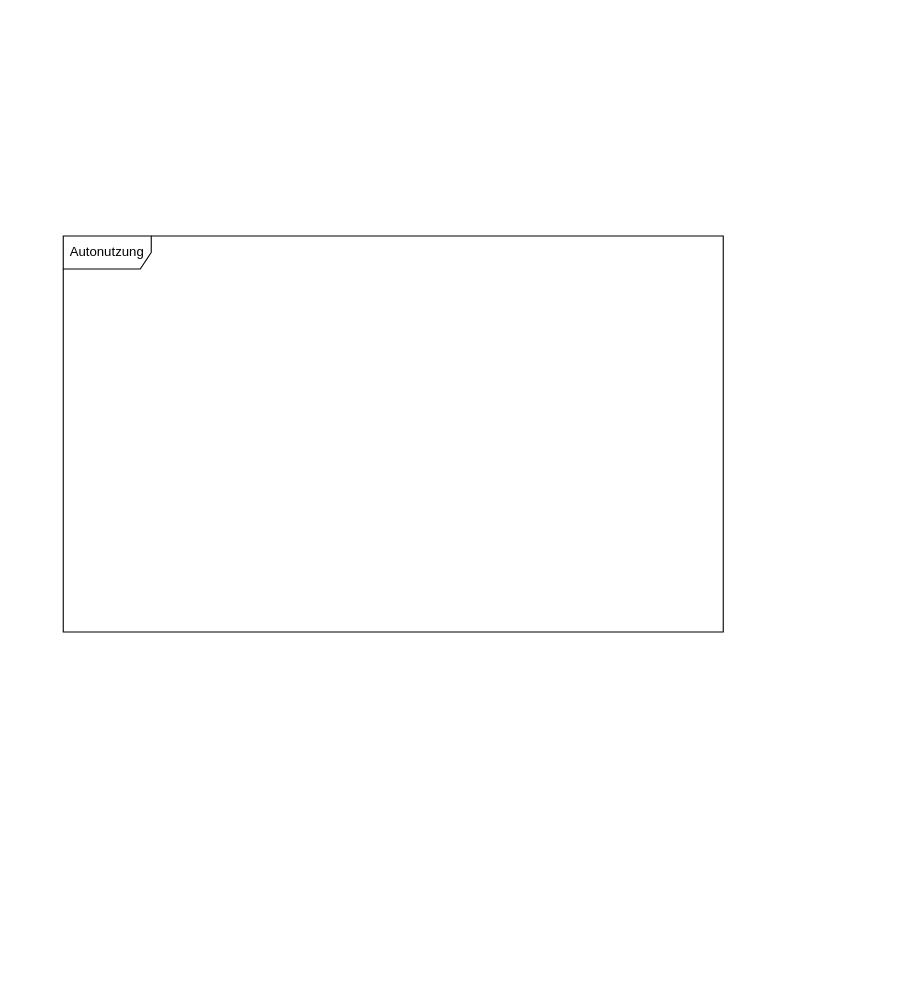
This is 06-09 Anwendungsfalldiagramm und Aktivitätsdiagramm/Aufgabe07/Aufgabe07.drawio from R4Tobi/modellierung, a draw.io file, before an edit. Source tidied: cells renumbered, new cells numbered last; positions are measured from the earlier drawing's top-left corner, leaving out a move shared by most shapes. Both pictures are drawn from the tidied source at 110%, with x=0, y=0 at pixel (63, 235).
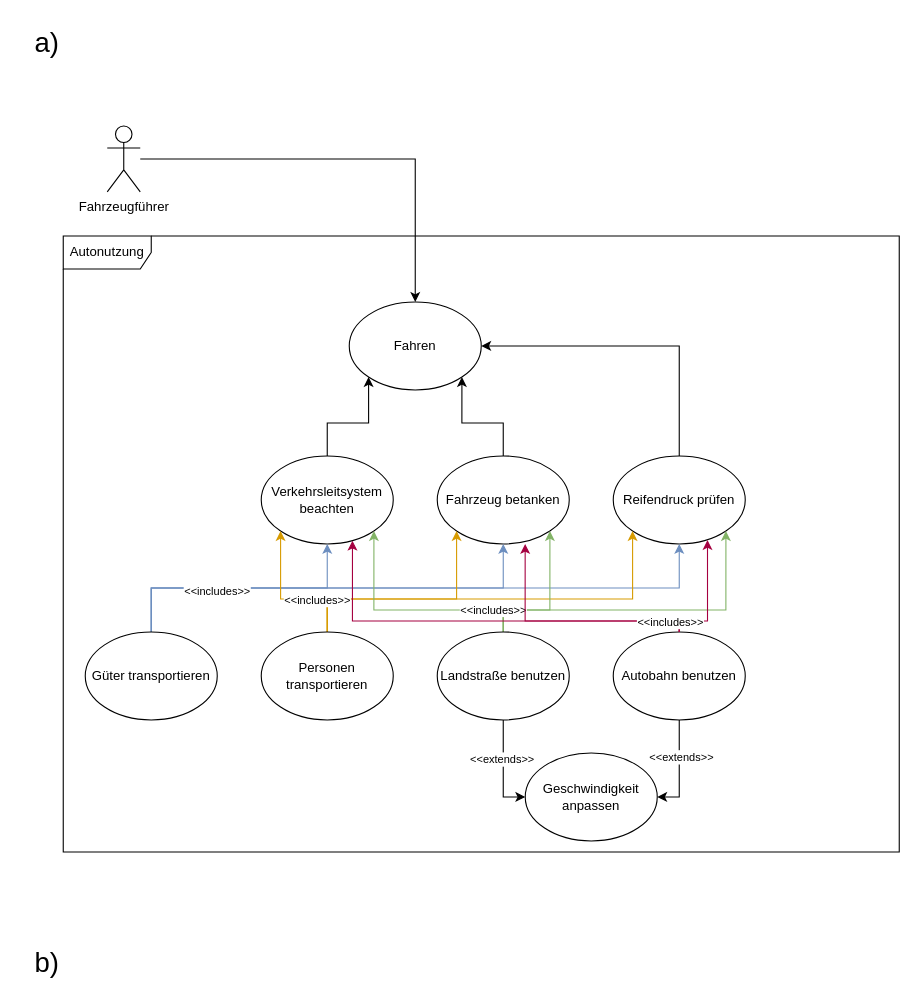
The same page after the edit.

Diff of the diagram source:
```diff
@@
     <mxCell id="2" value="Autonutzung" style="shape=umlFrame;whiteSpace=wrap;html=1;width=80;height=30;" parent="1" vertex="1">
-      <mxGeometry width="600" height="360" as="geometry" />
+      <mxGeometry width="760" height="560" as="geometry" />
     </mxCell>
+    <mxCell id="3" style="edgeStyle=orthogonalEdgeStyle;rounded=0;jettySize=auto;html=1;entryX=0.5;entryY=0;entryDx=0;entryDy=0;" parent="1" edge="1" source="4" target="7">
+      <mxGeometry relative="1" as="geometry" />
+    </mxCell>
+    <mxCell id="4" value="Fahrzeugführer" style="shape=umlActor;verticalLabelPosition=bottom;verticalAlign=top;html=1;outlineConnect=0;" parent="1" vertex="1">
+      <mxGeometry x="40" y="-100" width="30" height="60" as="geometry" />
+    </mxCell>
+    <mxCell id="5" style="edgeStyle=orthogonalEdgeStyle;rounded=0;jettySize=auto;html=1;entryX=1;entryY=1;entryDx=0;entryDy=0;" parent="1" edge="1" source="6" target="7">
+      <mxGeometry relative="1" as="geometry" />
+    </mxCell>
+    <mxCell id="6" value="Fahrzeug betanken" style="ellipse;whiteSpace=wrap;html=1;" parent="1" vertex="1">
+      <mxGeometry x="340" y="200" width="120" height="80" as="geometry" />
+    </mxCell>
+    <mxCell id="7" value="Fahren" style="ellipse;whiteSpace=wrap;html=1;" parent="1" vertex="1">
+      <mxGeometry x="260" y="60" width="120" height="80" as="geometry" />
+    </mxCell>
+    <mxCell id="8" style="edgeStyle=orthogonalEdgeStyle;rounded=0;jettySize=auto;html=1;entryX=0;entryY=1;entryDx=0;entryDy=0;" parent="1" edge="1" source="9" target="7">
+      <mxGeometry relative="1" as="geometry" />
+    </mxCell>
+    <mxCell id="9" value="Verkehrsleitsystem beachten" style="ellipse;whiteSpace=wrap;html=1;" parent="1" vertex="1">
+      <mxGeometry x="180" y="200" width="120" height="80" as="geometry" />
+    </mxCell>
+    <mxCell id="10" style="edgeStyle=orthogonalEdgeStyle;rounded=0;jettySize=auto;html=1;entryX=1;entryY=0.5;entryDx=0;entryDy=0;exitX=0.5;exitY=0;exitDx=0;exitDy=0;" parent="1" edge="1" source="11" target="7">
+      <mxGeometry relative="1" as="geometry" />
+    </mxCell>
+    <mxCell id="11" value="Reifendruck prüfen" style="ellipse;whiteSpace=wrap;html=1;" parent="1" vertex="1">
+      <mxGeometry x="500" y="200" width="120" height="80" as="geometry" />
+    </mxCell>
+    <mxCell id="12" style="edgeStyle=orthogonalEdgeStyle;rounded=0;jettySize=auto;html=1;entryX=0.5;entryY=1;entryDx=0;entryDy=0;exitX=0.5;exitY=0;exitDx=0;exitDy=0;fillColor=#dae8fc;strokeColor=#6c8ebf;" parent="1" edge="1" source="16" target="9">
+      <mxGeometry relative="1" as="geometry" />
+    </mxCell>
+    <mxCell id="13" style="edgeStyle=orthogonalEdgeStyle;rounded=0;jettySize=auto;html=1;entryX=0.5;entryY=1;entryDx=0;entryDy=0;exitX=0.5;exitY=0;exitDx=0;exitDy=0;fillColor=#dae8fc;strokeColor=#6c8ebf;" parent="1" edge="1" source="16" target="6">
+      <mxGeometry relative="1" as="geometry" />
+    </mxCell>
+    <mxCell id="14" style="edgeStyle=orthogonalEdgeStyle;rounded=0;jettySize=auto;html=1;entryX=0.5;entryY=1;entryDx=0;entryDy=0;exitX=0.5;exitY=0;exitDx=0;exitDy=0;fillColor=#dae8fc;strokeColor=#6c8ebf;" parent="1" edge="1" source="16" target="11">
+      <mxGeometry relative="1" as="geometry" />
+    </mxCell>
+    <mxCell id="15" value="&lt;font style=&quot;font-size: 10px;&quot;&gt;&amp;lt;&amp;lt;includes&amp;gt;&amp;gt;&lt;/font&gt;" style="edgeLabel;html=1;align=center;verticalAlign=middle;" parent="14" vertex="1">
+      <mxGeometry x="-0.86" y="1" relative="1" as="geometry">
+        <mxPoint x="60" y="1" as="offset" />
+      </mxGeometry>
+    </mxCell>
+    <mxCell id="16" value="Güter transportieren" style="ellipse;whiteSpace=wrap;html=1;" parent="1" vertex="1">
+      <mxGeometry x="20" y="360" width="120" height="80" as="geometry" />
+    </mxCell>
+    <mxCell id="17" style="edgeStyle=orthogonalEdgeStyle;rounded=0;jettySize=auto;html=1;entryX=0;entryY=1;entryDx=0;entryDy=0;fillColor=#ffe6cc;strokeColor=#d79b00;" parent="1" edge="1" source="21" target="9">
+      <mxGeometry relative="1" as="geometry">
+        <Array as="points">
+          <mxPoint x="240" y="330" />
+          <mxPoint x="198" y="330" />
+        </Array>
+      </mxGeometry>
+    </mxCell>
+    <mxCell id="18" style="edgeStyle=orthogonalEdgeStyle;rounded=0;jettySize=auto;html=1;entryX=0;entryY=1;entryDx=0;entryDy=0;exitX=0.5;exitY=0;exitDx=0;exitDy=0;fillColor=#ffe6cc;strokeColor=#d79b00;" parent="1" edge="1" source="21" target="6">
+      <mxGeometry relative="1" as="geometry">
+        <Array as="points">
+          <mxPoint x="240" y="330" />
+          <mxPoint x="358" y="330" />
+          <mxPoint x="358" y="268" />
+        </Array>
+      </mxGeometry>
+    </mxCell>
+    <mxCell id="19" style="edgeStyle=orthogonalEdgeStyle;rounded=0;jettySize=auto;html=1;entryX=0;entryY=1;entryDx=0;entryDy=0;exitX=0.5;exitY=0;exitDx=0;exitDy=0;fillColor=#ffe6cc;strokeColor=#d79b00;" parent="1" edge="1" source="21" target="11">
+      <mxGeometry relative="1" as="geometry">
+        <Array as="points">
+          <mxPoint x="240" y="330" />
+          <mxPoint x="518" y="330" />
+        </Array>
+      </mxGeometry>
+    </mxCell>
+    <mxCell id="20" value="&lt;font style=&quot;font-size: 10px;&quot;&gt;&amp;lt;&amp;lt;includes&amp;gt;&amp;gt;&lt;/font&gt;" style="edgeLabel;html=1;align=center;verticalAlign=middle;" parent="19" vertex="1">
+      <mxGeometry x="-0.92" relative="1" as="geometry">
+        <mxPoint x="-10" y="-15" as="offset" />
+      </mxGeometry>
+    </mxCell>
+    <mxCell id="21" value="Personen transportieren" style="ellipse;whiteSpace=wrap;html=1;" parent="1" vertex="1">
+      <mxGeometry x="180" y="360" width="120" height="80" as="geometry" />
+    </mxCell>
+    <mxCell id="22" style="edgeStyle=orthogonalEdgeStyle;rounded=0;jettySize=auto;html=1;entryX=1;entryY=1;entryDx=0;entryDy=0;fillColor=#d5e8d4;strokeColor=#82b366;" parent="1" edge="1" source="28" target="6">
+      <mxGeometry relative="1" as="geometry">
+        <Array as="points">
+          <mxPoint x="400" y="340" />
+          <mxPoint x="442" y="340" />
+        </Array>
+      </mxGeometry>
+    </mxCell>
+    <mxCell id="23" style="edgeStyle=orthogonalEdgeStyle;rounded=0;jettySize=auto;html=1;entryX=1;entryY=1;entryDx=0;entryDy=0;exitX=0.5;exitY=0;exitDx=0;exitDy=0;fillColor=#d5e8d4;strokeColor=#82b366;" parent="1" edge="1" source="28" target="9">
+      <mxGeometry relative="1" as="geometry">
+        <Array as="points">
+          <mxPoint x="400" y="340" />
+          <mxPoint x="282" y="340" />
+        </Array>
+      </mxGeometry>
+    </mxCell>
+    <mxCell id="24" style="edgeStyle=orthogonalEdgeStyle;rounded=0;jettySize=auto;html=1;entryX=1;entryY=1;entryDx=0;entryDy=0;exitX=0.5;exitY=0;exitDx=0;exitDy=0;fillColor=#d5e8d4;strokeColor=#82b366;" parent="1" edge="1" source="28" target="11">
+      <mxGeometry relative="1" as="geometry">
+        <Array as="points">
+          <mxPoint x="400" y="340" />
+          <mxPoint x="602" y="340" />
+        </Array>
+      </mxGeometry>
+    </mxCell>
+    <mxCell id="25" value="&lt;font style=&quot;font-size: 10px;&quot;&gt;&amp;lt;&amp;lt;includes&amp;gt;&amp;gt;&lt;/font&gt;" style="edgeLabel;html=1;align=center;verticalAlign=middle;" parent="24" vertex="1">
+      <mxGeometry x="-0.21" y="1" relative="1" as="geometry">
+        <mxPoint x="-106" as="offset" />
+      </mxGeometry>
+    </mxCell>
+    <mxCell id="26" style="edgeStyle=orthogonalEdgeStyle;rounded=0;jettySize=auto;html=1;entryX=0;entryY=0.5;entryDx=0;entryDy=0;" parent="1" edge="1" source="28" target="32">
+      <mxGeometry relative="1" as="geometry" />
+    </mxCell>
+    <mxCell id="27" value="&lt;font style=&quot;font-size: 10px;&quot;&gt;&amp;lt;&amp;lt;extends&amp;gt;&amp;gt;&lt;/font&gt;" style="edgeLabel;html=1;align=center;verticalAlign=middle;" parent="26" vertex="1">
+      <mxGeometry x="-0.23" y="-2" relative="1" as="geometry" />
+    </mxCell>
+    <mxCell id="28" value="Landstraße benutzen" style="ellipse;whiteSpace=wrap;html=1;" parent="1" vertex="1">
+      <mxGeometry x="340" y="360" width="120" height="80" as="geometry" />
+    </mxCell>
+    <mxCell id="29" style="edgeStyle=orthogonalEdgeStyle;rounded=0;jettySize=auto;html=1;entryX=1;entryY=0.5;entryDx=0;entryDy=0;" parent="1" edge="1" source="31" target="32">
+      <mxGeometry relative="1" as="geometry" />
+    </mxCell>
+    <mxCell id="30" value="&lt;font style=&quot;font-size: 10px;&quot;&gt;&amp;lt;&amp;lt;extends&amp;gt;&amp;gt;&lt;/font&gt;" style="edgeLabel;html=1;align=center;verticalAlign=middle;" parent="29" vertex="1">
+      <mxGeometry x="-0.26" y="1" relative="1" as="geometry" />
+    </mxCell>
+    <mxCell id="31" value="Autobahn benutzen" style="ellipse;whiteSpace=wrap;html=1;" parent="1" vertex="1">
+      <mxGeometry x="500" y="360" width="120" height="80" as="geometry" />
+    </mxCell>
+    <mxCell id="32" value="Geschwindigkeit anpassen" style="ellipse;whiteSpace=wrap;html=1;" parent="1" vertex="1">
+      <mxGeometry x="420" y="470" width="120" height="80" as="geometry" />
+    </mxCell>
+    <mxCell id="33" style="edgeStyle=orthogonalEdgeStyle;rounded=0;jettySize=auto;html=1;entryX=0.714;entryY=0.955;entryDx=0;entryDy=0;entryPerimeter=0;fillColor=#d80073;strokeColor=#A50040;" parent="1" edge="1" source="31" target="11">
+      <mxGeometry relative="1" as="geometry">
+        <Array as="points">
+          <mxPoint x="560" y="350" />
+          <mxPoint x="586" y="350" />
+        </Array>
+      </mxGeometry>
+    </mxCell>
+    <mxCell id="34" style="edgeStyle=orthogonalEdgeStyle;rounded=0;jettySize=auto;html=1;entryX=0.666;entryY=1;entryDx=0;entryDy=0;entryPerimeter=0;exitX=0.5;exitY=0;exitDx=0;exitDy=0;fillColor=#d80073;strokeColor=#A50040;" parent="1" edge="1" source="31" target="6">
+      <mxGeometry relative="1" as="geometry">
+        <Array as="points">
+          <mxPoint x="560" y="350" />
+          <mxPoint x="420" y="350" />
+        </Array>
+      </mxGeometry>
+    </mxCell>
+    <mxCell id="35" style="edgeStyle=orthogonalEdgeStyle;rounded=0;jettySize=auto;html=1;entryX=0.691;entryY=0.963;entryDx=0;entryDy=0;entryPerimeter=0;fillColor=#d80073;strokeColor=#A50040;" parent="1" edge="1" target="9">
+      <mxGeometry relative="1" as="geometry">
+        <mxPoint x="560" y="360" as="sourcePoint" />
+        <Array as="points">
+          <mxPoint x="560" y="350" />
+          <mxPoint x="263" y="350" />
+        </Array>
+      </mxGeometry>
+    </mxCell>
+    <mxCell id="36" value="&lt;font style=&quot;font-size: 10px;&quot;&gt;&amp;lt;&amp;lt;includes&amp;gt;&amp;gt;&lt;/font&gt;" style="edgeLabel;html=1;align=center;verticalAlign=middle;" parent="35" vertex="1">
+      <mxGeometry x="0.19" relative="1" as="geometry">
+        <mxPoint x="207" as="offset" />
+      </mxGeometry>
+    </mxCell>
+    <mxCell id="37" value="&lt;font style=&quot;font-size: 25px;&quot;&gt;a)&lt;/font&gt;" style="text;html=1;align=center;verticalAlign=middle;strokeColor=none;fillColor=none;" parent="1" vertex="1">
+      <mxGeometry x="-40" y="-197" width="50" height="40" as="geometry" />
+    </mxCell>
+    <mxCell id="38" value="&lt;font style=&quot;font-size: 25px;&quot;&gt;b)&lt;/font&gt;" style="text;html=1;align=center;verticalAlign=middle;strokeColor=none;fillColor=none;" parent="1" vertex="1">
+      <mxGeometry x="-40" y="640" width="50" height="40" as="geometry" />
+    </mxCell>
```
